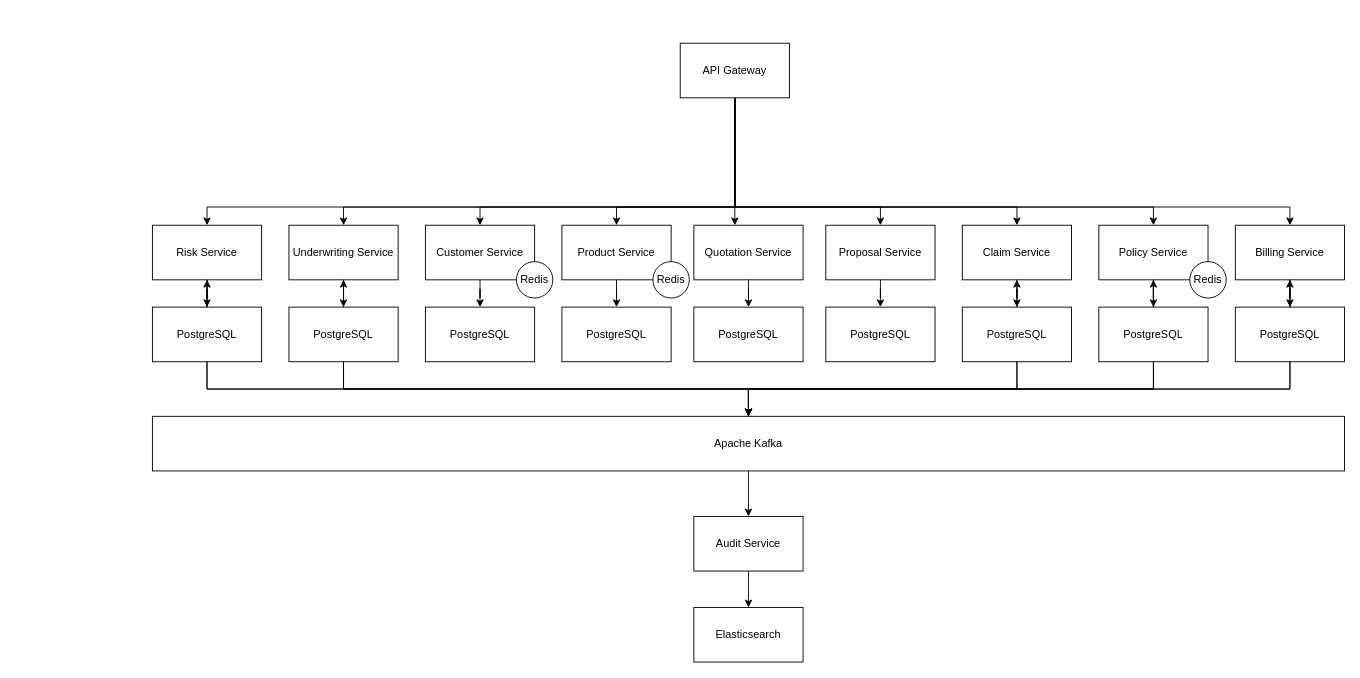
Above: architecture-flow.drawio in erlanggariansyah/insureflow (draw.io), before the change. Source tidied: cells renumbered, new cells numbered last; positions are measured from the earlier drawing's top-left corner, leaving out a move shared by most shapes. Both pictures are drawn from the tidied source at 91%, with x=0, y=0 at pixel (152, 43).
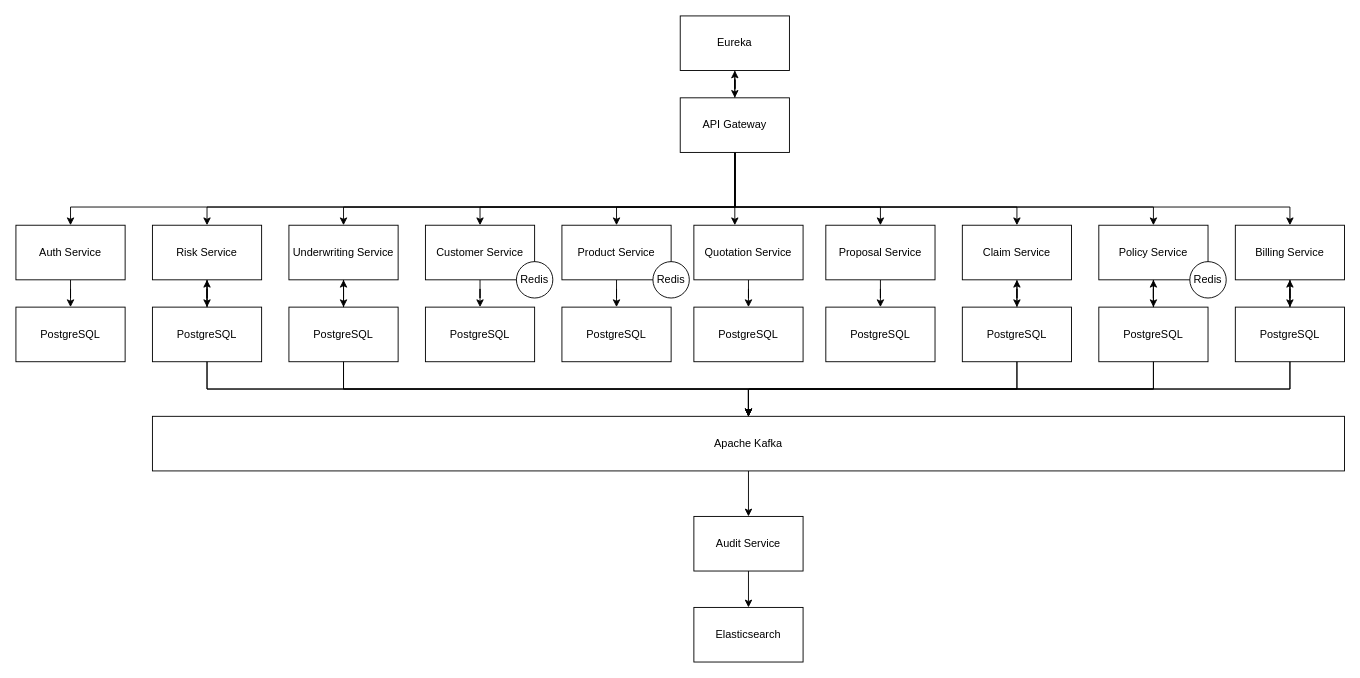
The same diagram, later.

Change to the diagram source:
```diff
@@
+    <mxCell id="57" style="edgeStyle=orthogonalEdgeStyle;rounded=0;jettySize=auto;html=1;" parent="1" edge="1" source="11" target="60">
+      <mxGeometry relative="1" as="geometry">
+        <Array as="points">
+          <mxPoint x="640" y="180" />
+          <mxPoint x="-90" y="180" />
+        </Array>
+      </mxGeometry>
+    </mxCell>
+    <mxCell id="58" style="edgeStyle=orthogonalEdgeStyle;rounded=0;jettySize=auto;html=1;entryX=0.5;entryY=1;entryDx=0;entryDy=0;" parent="1" edge="1" source="11" target="63">
+      <mxGeometry relative="1" as="geometry" />
+    </mxCell>
     <mxCell id="11" value="API Gateway" style="rounded=0;whiteSpace=wrap;html=1;" parent="1" vertex="1">
-      <mxGeometry x="580" width="120" height="60" as="geometry" />
+      <mxGeometry x="580" y="60" width="120" height="60" as="geometry" />
     </mxCell>
@@
+    <mxCell id="59" style="edgeStyle=orthogonalEdgeStyle;rounded=0;jettySize=auto;html=1;" parent="1" edge="1" source="60" target="61">
+      <mxGeometry relative="1" as="geometry" />
+    </mxCell>
+    <mxCell id="60" value="Auth Service" style="rounded=0;whiteSpace=wrap;html=1;" parent="1" vertex="1">
+      <mxGeometry x="-150" y="200" width="120" height="60" as="geometry" />
+    </mxCell>
+    <mxCell id="61" value="PostgreSQL" style="rounded=0;whiteSpace=wrap;html=1;" parent="1" vertex="1">
+      <mxGeometry x="-150" y="290" width="120" height="60" as="geometry" />
+    </mxCell>
+    <mxCell id="62" style="edgeStyle=orthogonalEdgeStyle;rounded=0;jettySize=auto;html=1;" parent="1" edge="1" source="63" target="11">
+      <mxGeometry relative="1" as="geometry" />
+    </mxCell>
+    <mxCell id="63" value="Eureka" style="rounded=0;whiteSpace=wrap;html=1;" parent="1" vertex="1">
+      <mxGeometry x="580" y="-30" width="120" height="60" as="geometry" />
+    </mxCell>
```
